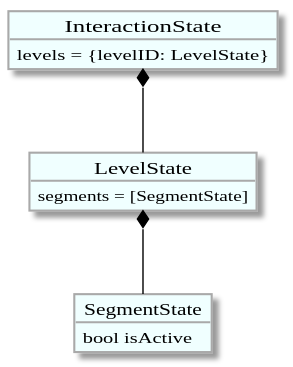
Before: docs/data_model.svg, a diagram exported from PlantUML (awakeningio/owa).
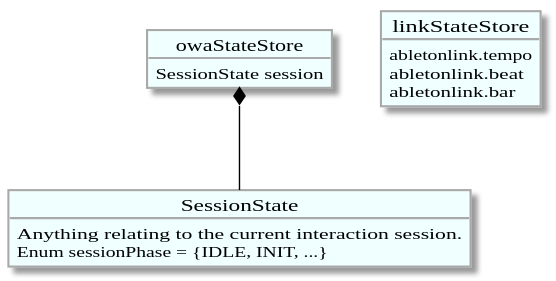
After the commit.

Diff of the diagram source:
```diff
@@ -40,20 +40,26 @@
   borderColor DarkGrey
 }
 
-object InteractionState {
-  levels = {levelID: LevelState}
+object owaStateStore {
+  SessionState session
 }
 
-object LevelState {
-segments = [SegmentState]
+object SessionState {
+  Anything relating to the current interaction session.
+
+  Enum sessionPhase = {IDLE, INIT, ...}
 }
+owaStateStore *-- SessionState
 
-object SegmentState {
-bool isActive
+
+
+
+
+object linkStateStore {
+  abletonlink.tempo
+  abletonlink.beat
+  abletonlink.bar
 }
-
-InteractionState *-- LevelState
-LevelState *-- SegmentState
 
 
 @enduml
```
